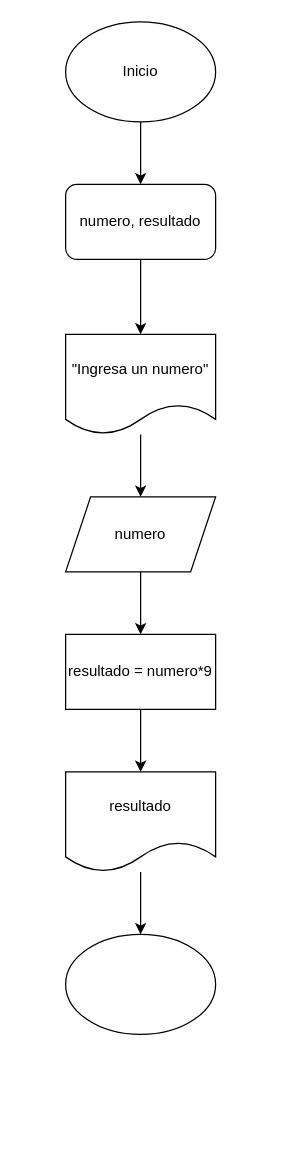
Above: 6. DIAGRAMAS/Diagrama sin título.drawio in jtorresarias/Pensamiento_computacional (draw.io), before the change. Source tidied: cells renumbered, new cells numbered last; positions are measured from the earlier drawing's top-left corner, leaving out a move shared by most shapes. Both pictures are drawn from the tidied source at 125%, with x=0, y=0 at pixel (65, 21).
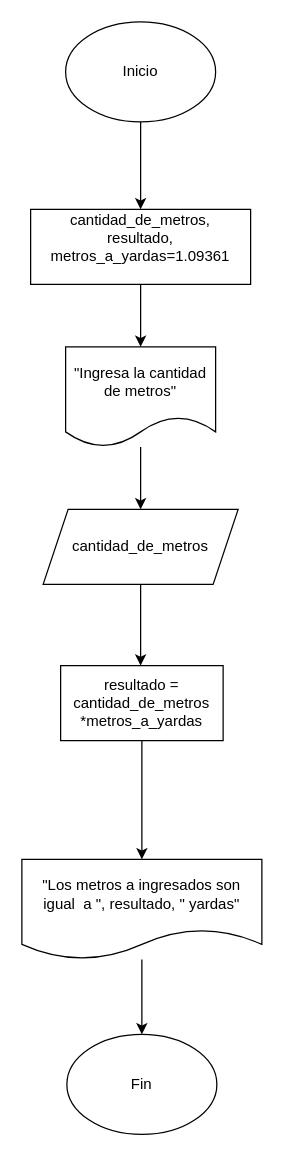
The same page after the edit.

The edit, as a diff of the source:
```diff
@@
 <mxGraphModel>
   <root>
     <mxCell id="0" />
     <mxCell id="1" parent="0" />
-    <mxCell id="2" style="edgeStyle=orthogonalEdgeStyle;rounded=0;jettySize=auto;html=1;" parent="1" edge="1" source="3" target="7">
-      <mxGeometry relative="1" as="geometry" />
-    </mxCell>
-    <mxCell id="3" value="numero, resultado" style="rounded=1;whiteSpace=wrap;html=1;" parent="1" vertex="1">
-      <mxGeometry y="130" width="120" height="60" as="geometry" />
-    </mxCell>
-    <mxCell id="4" style="edgeStyle=orthogonalEdgeStyle;rounded=0;jettySize=auto;html=1;" parent="1" edge="1" source="5" target="3">
-      <mxGeometry relative="1" as="geometry" />
-    </mxCell>
+    <mxCell id="15" style="edgeStyle=orthogonalEdgeStyle;rounded=0;jettySize=auto;html=1;" parent="1" edge="1" source="5" target="17">
+      <mxGeometry relative="1" as="geometry" />
+    </mxCell>
-    <mxCell id="5" value="Inicio" style="ellipse;whiteSpace=wrap;html=1;" parent="1" vertex="1">
+    <mxCell id="5" value="&lt;div&gt;Inicio&lt;/div&gt;" style="ellipse;whiteSpace=wrap;html=1;" parent="1" vertex="1">
       <mxGeometry width="120" height="80" as="geometry" />
     </mxCell>
-    <mxCell id="6" style="edgeStyle=orthogonalEdgeStyle;rounded=0;jettySize=auto;html=1;" parent="1" edge="1" source="7" target="9">
-      <mxGeometry relative="1" as="geometry" />
-    </mxCell>
-    <mxCell id="7" value="&quot;Ingresa un numero&quot;" style="shape=document;whiteSpace=wrap;html=1;boundedLbl=1;" parent="1" vertex="1">
-      <mxGeometry y="250" width="120" height="80" as="geometry" />
-    </mxCell>
-    <mxCell id="8" style="edgeStyle=orthogonalEdgeStyle;rounded=0;jettySize=auto;html=1;" parent="1" edge="1" source="9" target="11">
-      <mxGeometry relative="1" as="geometry" />
-    </mxCell>
-    <mxCell id="9" value="numero" style="shape=parallelogram;perimeter=parallelogramPerimeter;whiteSpace=wrap;html=1;fixedSize=1;" parent="1" vertex="1">
-      <mxGeometry y="380" width="120" height="60" as="geometry" />
-    </mxCell>
-    <mxCell id="10" style="edgeStyle=orthogonalEdgeStyle;rounded=0;jettySize=auto;html=1;" parent="1" edge="1" source="11" target="13">
-      <mxGeometry relative="1" as="geometry" />
-    </mxCell>
-    <mxCell id="11" value="resultado = numero*9" style="rounded=0;whiteSpace=wrap;html=1;" parent="1" vertex="1">
-      <mxGeometry y="490" width="120" height="60" as="geometry" />
-    </mxCell>
-    <mxCell id="12" style="edgeStyle=orthogonalEdgeStyle;rounded=0;jettySize=auto;html=1;" parent="1" edge="1" source="13" target="14">
-      <mxGeometry relative="1" as="geometry" />
-    </mxCell>
-    <mxCell id="13" value="resultado" style="shape=document;whiteSpace=wrap;html=1;boundedLbl=1;" parent="1" vertex="1">
-      <mxGeometry y="600" width="120" height="80" as="geometry" />
-    </mxCell>
-    <mxCell id="14" style="ellipse;whiteSpace=wrap;html=1;" parent="1" vertex="1">
-      <mxGeometry y="730" width="120" height="80" as="geometry" />
-    </mxCell>
+    <mxCell id="16" style="edgeStyle=orthogonalEdgeStyle;rounded=0;jettySize=auto;html=1;" parent="1" edge="1" source="17" target="19">
+      <mxGeometry relative="1" as="geometry" />
+    </mxCell>
+    <mxCell id="17" value="&lt;div&gt;cantidad_de_metros,&lt;/div&gt;&lt;div&gt;resultado,&lt;/div&gt;&lt;div&gt;metros_a_yardas=1.09361&lt;/div&gt;&lt;div&gt;&lt;br&gt;&lt;/div&gt;" style="rounded=0;whiteSpace=wrap;html=1;" parent="1" vertex="1">
+      <mxGeometry x="-28" y="150" width="176" height="60" as="geometry" />
+    </mxCell>
+    <mxCell id="18" style="edgeStyle=orthogonalEdgeStyle;rounded=0;jettySize=auto;html=1;" parent="1" edge="1" source="19" target="21">
+      <mxGeometry relative="1" as="geometry" />
+    </mxCell>
+    <mxCell id="19" value="&quot;Ingresa la cantidad de metros&quot;" style="shape=document;whiteSpace=wrap;html=1;boundedLbl=1;" parent="1" vertex="1">
+      <mxGeometry y="260" width="120" height="80" as="geometry" />
+    </mxCell>
+    <mxCell id="20" style="edgeStyle=orthogonalEdgeStyle;rounded=0;jettySize=auto;html=1;" parent="1" edge="1" source="21">
+      <mxGeometry relative="1" as="geometry">
+        <mxPoint x="60" y="515" as="targetPoint" />
+      </mxGeometry>
+    </mxCell>
+    <mxCell id="21" value="cantidad_de_metros" style="shape=parallelogram;perimeter=parallelogramPerimeter;whiteSpace=wrap;html=1;fixedSize=1;" parent="1" vertex="1">
+      <mxGeometry x="-18" y="390" width="156" height="60" as="geometry" />
+    </mxCell>
+    <mxCell id="22" style="edgeStyle=orthogonalEdgeStyle;rounded=0;jettySize=auto;html=1;" parent="1" edge="1" source="23" target="25">
+      <mxGeometry relative="1" as="geometry" />
+    </mxCell>
+    <mxCell id="23" value="resultado = cantidad_de_metros *metros_a_yardas" style="rounded=0;whiteSpace=wrap;html=1;" parent="1" vertex="1">
+      <mxGeometry x="-4" y="515" width="130" height="60" as="geometry" />
+    </mxCell>
+    <mxCell id="24" style="edgeStyle=orthogonalEdgeStyle;rounded=0;jettySize=auto;html=1;" parent="1" edge="1" source="25" target="26">
+      <mxGeometry relative="1" as="geometry" />
+    </mxCell>
+    <mxCell id="25" value="&quot;Los metros a ingresados son igual&amp;nbsp; a &quot;, resultado, &quot; yardas&quot;" style="shape=document;whiteSpace=wrap;html=1;boundedLbl=1;" parent="1" vertex="1">
+      <mxGeometry x="-35" y="670" width="192" height="80" as="geometry" />
+    </mxCell>
+    <mxCell id="26" value="Fin" style="ellipse;whiteSpace=wrap;html=1;" parent="1" vertex="1">
+      <mxGeometry x="1" y="810" width="120" height="80" as="geometry" />
+    </mxCell>
   </root>
 </mxGraphModel>
```
